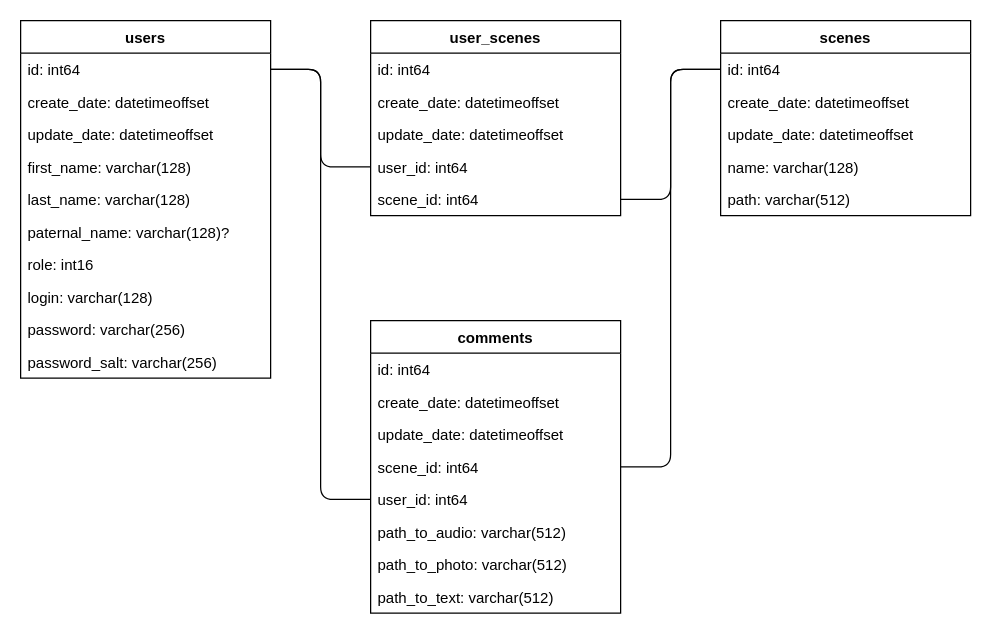
Before: schemas/Database.drawio in Ambashadur/CrimeSceneDatabase, a draw.io diagram. Source tidied: cells renumbered, new cells numbered last; positions are measured from the earlier drawing's top-left corner, leaving out a move shared by most shapes. Both pictures are drawn from the tidied source at 125%, with x=0, y=0 at pixel (20, 20).
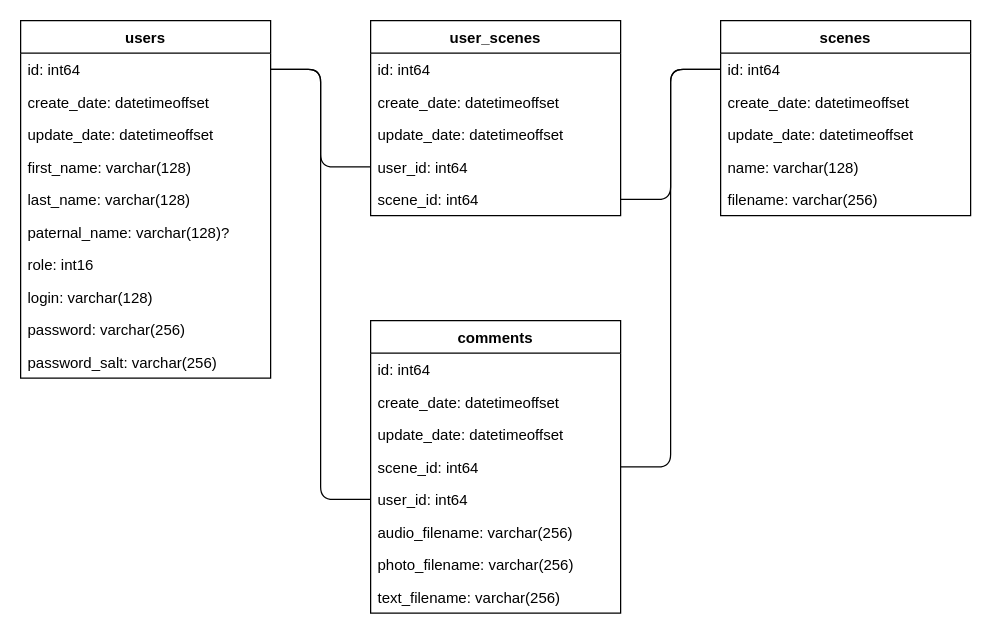
After the change.

Unchanged cells that the change refers to:
```xml
<mxCell id="13" value="scenes" style="swimlane;fontStyle=1;align=center;verticalAlign=top;horizontal=1;startSize=26;" parent="1" vertex="1">
  <mxGeometry x="560" width="200" height="156" as="geometry" />
</mxCell>
<mxCell id="27" value="comments" style="swimlane;fontStyle=1;align=center;verticalAlign=top;horizontal=1;startSize=26;" parent="1" vertex="1">
  <mxGeometry x="280" y="240" width="200" height="234" as="geometry" />
</mxCell>
```

What changed in the source:
```diff
@@
-    <mxCell id="18" value="path: varchar(512)" style="text;strokeColor=none;fillColor=none;align=left;verticalAlign=top;spacingLeft=4;spacingRight=4;overflow=hidden;" parent="13" vertex="1">
+    <mxCell id="18" value="filename: varchar(256)" style="text;strokeColor=none;fillColor=none;align=left;verticalAlign=top;spacingLeft=4;spacingRight=4;overflow=hidden;" parent="13" vertex="1">
       <mxGeometry y="130" width="200" height="26" as="geometry" />
     </mxCell>
@@
-    <mxCell id="33" value="path_to_audio: varchar(512)" style="text;strokeColor=none;fillColor=none;align=left;verticalAlign=top;spacingLeft=4;spacingRight=4;overflow=hidden;" parent="27" vertex="1">
+    <mxCell id="33" value="audio_filename: varchar(256)" style="text;strokeColor=none;fillColor=none;align=left;verticalAlign=top;spacingLeft=4;spacingRight=4;overflow=hidden;" parent="27" vertex="1">
       <mxGeometry y="156" width="200" height="26" as="geometry" />
     </mxCell>
-    <mxCell id="34" value="path_to_photo: varchar(512)" style="text;strokeColor=none;fillColor=none;align=left;verticalAlign=top;spacingLeft=4;spacingRight=4;overflow=hidden;" parent="27" vertex="1">
+    <mxCell id="34" value="photo_filename: varchar(256)" style="text;strokeColor=none;fillColor=none;align=left;verticalAlign=top;spacingLeft=4;spacingRight=4;overflow=hidden;" parent="27" vertex="1">
       <mxGeometry y="182" width="200" height="26" as="geometry" />
     </mxCell>
-    <mxCell id="35" value="path_to_text: varchar(512)" style="text;strokeColor=none;fillColor=none;align=left;verticalAlign=top;spacingLeft=4;spacingRight=4;overflow=hidden;" parent="27" vertex="1">
+    <mxCell id="35" value="text_filename: varchar(256)" style="text;strokeColor=none;fillColor=none;align=left;verticalAlign=top;spacingLeft=4;spacingRight=4;overflow=hidden;" parent="27" vertex="1">
       <mxGeometry y="208" width="200" height="26" as="geometry" />
     </mxCell>
```
